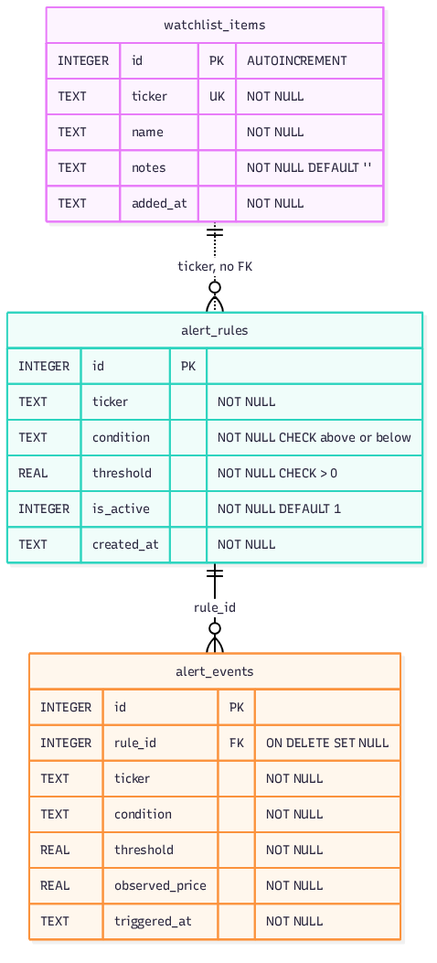
Above: docs/diagrams/schema.png in issamarida/devops-a1-issamarida (Mermaid), before the change. Its source is kept beside it as docs/diagrams/schema.mmd. Its diagram source:
```mermaid
erDiagram
    watchlist_items {
        INTEGER id PK "AUTOINCREMENT"
        TEXT ticker UK "NOT NULL"
        TEXT name "NOT NULL"
        TEXT notes "NOT NULL DEFAULT ''"
        TEXT added_at "NOT NULL"
    }

    alert_rules {
        INTEGER id PK
        TEXT ticker "NOT NULL"
        TEXT condition "NOT NULL CHECK above or below"
        REAL threshold "NOT NULL CHECK > 0"
        INTEGER is_active "NOT NULL DEFAULT 1"
        TEXT created_at "NOT NULL"
    }

    alert_events {
        INTEGER id PK
        INTEGER rule_id FK "ON DELETE SET NULL"
        TEXT ticker "NOT NULL"
        TEXT condition "NOT NULL"
        REAL threshold "NOT NULL"
        REAL observed_price "NOT NULL"
        TEXT triggered_at "NOT NULL"
    }

    alert_rules ||--o{ alert_events : "rule_id"
    watchlist_items ||..o{ alert_rules : "ticker, no FK"
```
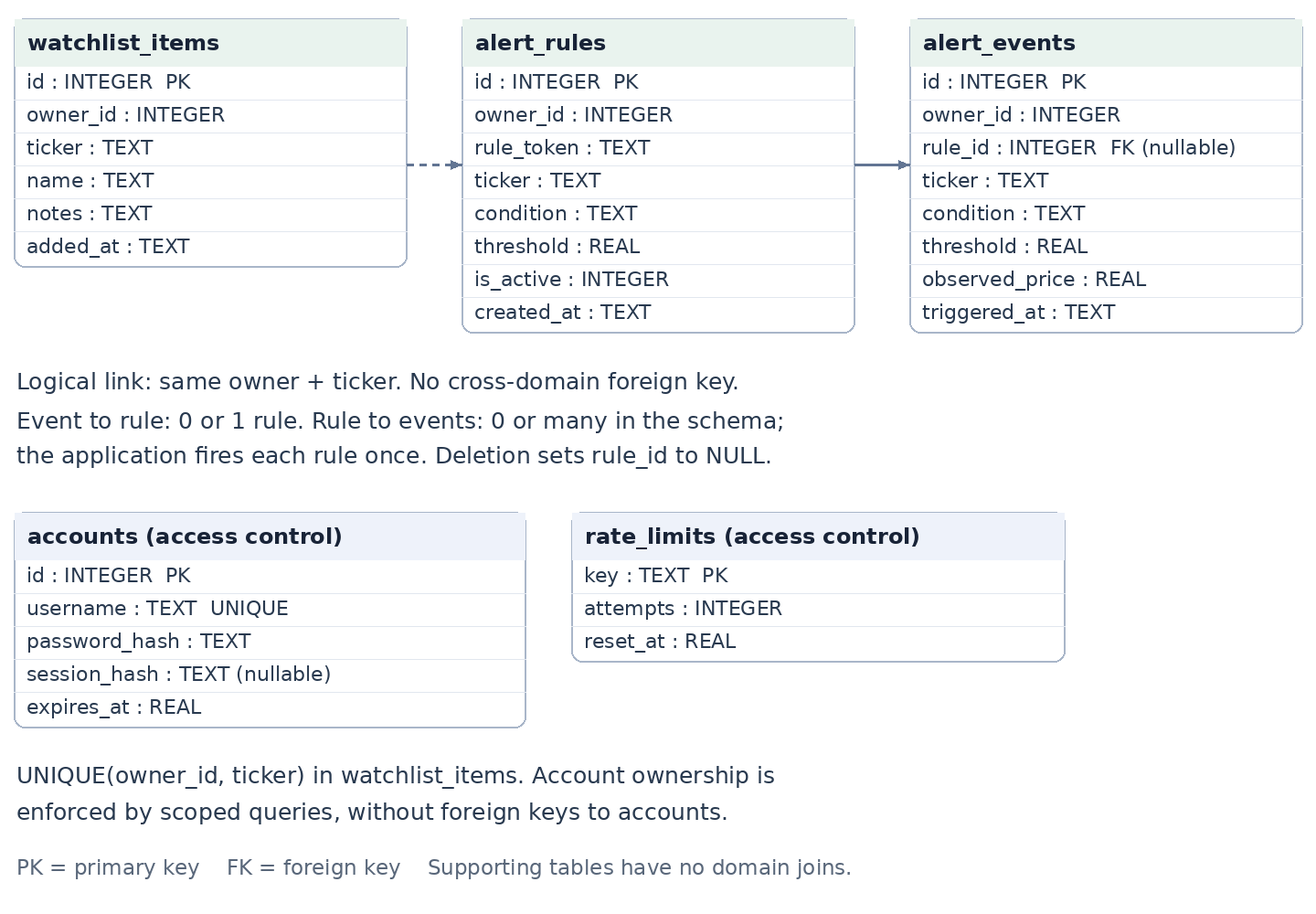
The same diagram one commit later.

Change to the diagram source:
```diff
@@ -1,30 +1,44 @@
 erDiagram
+    direction TB
     watchlist_items {
-        INTEGER id PK "AUTOINCREMENT"
-        TEXT ticker UK "NOT NULL"
-        TEXT name "NOT NULL"
-        TEXT notes "NOT NULL DEFAULT ''"
-        TEXT added_at "NOT NULL"
+        INTEGER id PK
+        INTEGER owner_id
+        TEXT ticker
+        TEXT name
+        TEXT notes
+        TEXT added_at
     }
-
     alert_rules {
         INTEGER id PK
-        TEXT ticker "NOT NULL"
-        TEXT condition "NOT NULL CHECK above or below"
-        REAL threshold "NOT NULL CHECK > 0"
-        INTEGER is_active "NOT NULL DEFAULT 1"
-        TEXT created_at "NOT NULL"
+        INTEGER owner_id
+        TEXT rule_token
+        TEXT ticker
+        TEXT condition
+        REAL threshold
+        INTEGER is_active
+        TEXT created_at
     }
-
     alert_events {
         INTEGER id PK
-        INTEGER rule_id FK "ON DELETE SET NULL"
-        TEXT ticker "NOT NULL"
-        TEXT condition "NOT NULL"
-        REAL threshold "NOT NULL"
-        REAL observed_price "NOT NULL"
-        TEXT triggered_at "NOT NULL"
+        INTEGER owner_id
+        INTEGER rule_id FK
+        TEXT ticker
+        TEXT condition
+        REAL threshold
+        REAL observed_price
+        TEXT triggered_at
     }
-
-    alert_rules ||--o{ alert_events : "rule_id"
-    watchlist_items ||..o{ alert_rules : "ticker, no FK"
+    accounts {
+        INTEGER id PK
+        TEXT username UK
+        TEXT password_hash
+        TEXT session_hash
+        REAL expires_at
+    }
+    rate_limits {
+        TEXT key PK
+        INTEGER attempts
+        REAL reset_at
+    }
+    watchlist_items o|..o{ alert_rules : "owner + ticker (no FK)"
+    alert_rules o|--o{ alert_events : "nullable rule_id"
```
